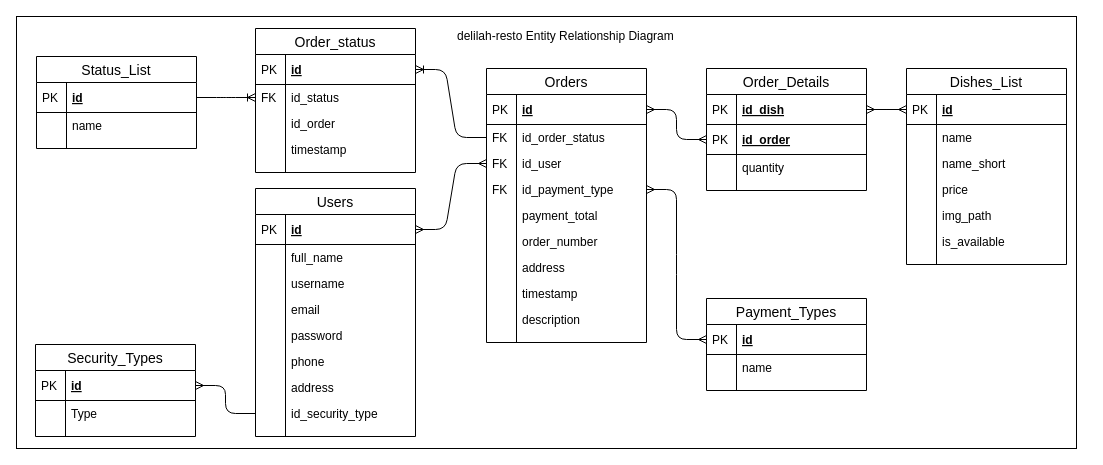
This is design/resources/delila-entity-relationship-diagraman.drawio from wgnr/delilah-resto, a draw.io file, before an edit. Source tidied: cells renumbered, new cells numbered last; positions are measured from the earlier drawing's top-left corner, leaving out a move shared by most shapes. Both pictures are drawn from the tidied source at 100%, with x=0, y=0 at pixel (16, 16).
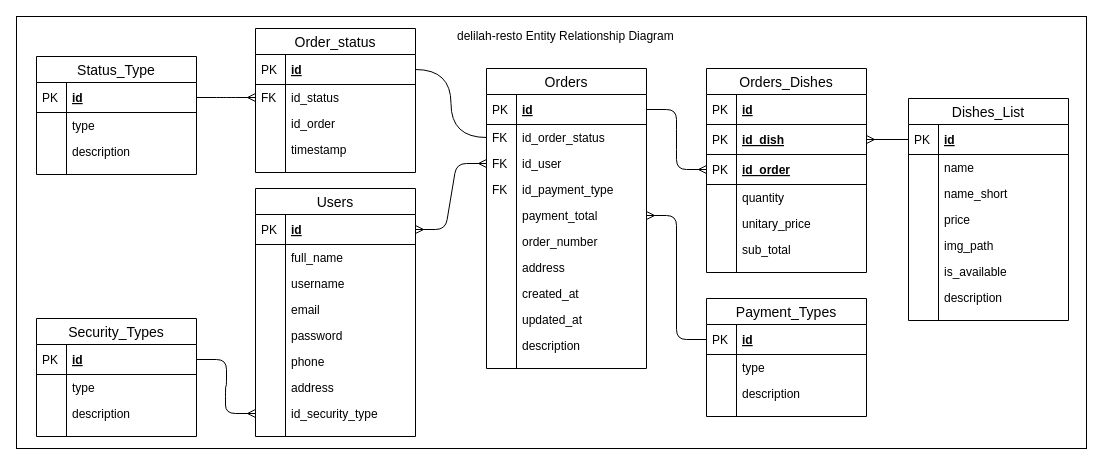
The same page after the edit.

The change refers to these unchanged cells:
```xml
<mxCell id="4" value="id" style="shape=partialRectangle;top=0;left=0;right=0;bottom=1;align=left;verticalAlign=middle;fillColor=none;spacingLeft=34;spacingRight=4;overflow=hidden;points=[[0,0.5],[1,0.5]];portConstraint=eastwest;fontStyle=5;fontSize=12;" parent="3" vertex="1">
  <mxGeometry y="26" width="160" height="30" as="geometry" />
</mxCell>
<mxCell id="6" value="id_order_status" style="shape=partialRectangle;top=0;left=0;right=0;bottom=0;align=left;verticalAlign=top;fillColor=none;spacingLeft=34;spacingRight=4;overflow=hidden;points=[[0,0.5],[1,0.5]];portConstraint=eastwest;fontSize=12;" parent="3" vertex="1">
  <mxGeometry y="56" width="160" height="26" as="geometry" />
</mxCell>
<mxCell id="10" value="id_payment_type" style="shape=partialRectangle;top=0;left=0;right=0;bottom=0;align=left;verticalAlign=top;fillColor=none;spacingLeft=34;spacingRight=4;overflow=hidden;points=[[0,0.5],[1,0.5]];portConstraint=eastwest;fontSize=12;" parent="3" vertex="1">
  <mxGeometry y="108" width="160" height="26" as="geometry" />
</mxCell>
<mxCell id="12" value="payment_total" style="shape=partialRectangle;top=0;left=0;right=0;bottom=0;align=left;verticalAlign=top;fillColor=none;spacingLeft=34;spacingRight=4;overflow=hidden;points=[[0,0.5],[1,0.5]];portConstraint=eastwest;fontSize=12;" parent="3" vertex="1">
  <mxGeometry y="134" width="160" height="26" as="geometry" />
</mxCell>
<mxCell id="31" value="id" style="shape=partialRectangle;top=0;left=0;right=0;bottom=1;align=left;verticalAlign=middle;fillColor=none;spacingLeft=34;spacingRight=4;overflow=hidden;points=[[0,0.5],[1,0.5]];portConstraint=eastwest;fontStyle=5;fontSize=12;" parent="30" vertex="1">
  <mxGeometry y="26" width="160" height="30" as="geometry" />
</mxCell>
<mxCell id="33" value="id_status" style="shape=partialRectangle;top=0;left=0;right=0;bottom=0;align=left;verticalAlign=top;fillColor=none;spacingLeft=34;spacingRight=4;overflow=hidden;points=[[0,0.5],[1,0.5]];portConstraint=eastwest;fontSize=12;" parent="30" vertex="1">
  <mxGeometry y="56" width="160" height="26" as="geometry" />
</mxCell>
<mxCell id="57" value="id_security_type" style="shape=partialRectangle;top=0;left=0;right=0;bottom=0;align=left;verticalAlign=top;fillColor=none;spacingLeft=34;spacingRight=4;overflow=hidden;points=[[0,0.5],[1,0.5]];portConstraint=eastwest;fontSize=12;" parent="42" vertex="1">
  <mxGeometry y="212" width="160" height="26" as="geometry" />
</mxCell>
<mxCell id="62" value="id" style="shape=partialRectangle;top=0;left=0;right=0;bottom=1;align=left;verticalAlign=middle;fillColor=none;spacingLeft=34;spacingRight=4;overflow=hidden;points=[[0,0.5],[1,0.5]];portConstraint=eastwest;fontStyle=5;fontSize=12;" parent="61" vertex="1">
  <mxGeometry y="26" width="160" height="30" as="geometry" />
</mxCell>
<mxCell id="70" value="id" style="shape=partialRectangle;top=0;left=0;right=0;bottom=1;align=left;verticalAlign=middle;fillColor=none;spacingLeft=34;spacingRight=4;overflow=hidden;points=[[0,0.5],[1,0.5]];portConstraint=eastwest;fontStyle=5;fontSize=12;" parent="69" vertex="1">
  <mxGeometry y="26" width="160" height="30" as="geometry" />
</mxCell>
<mxCell id="86" value="id" style="shape=partialRectangle;top=0;left=0;right=0;bottom=1;align=left;verticalAlign=middle;fillColor=none;spacingLeft=34;spacingRight=4;overflow=hidden;points=[[0,0.5],[1,0.5]];portConstraint=eastwest;fontStyle=5;fontSize=12;" parent="85" vertex="1">
  <mxGeometry y="26" width="160" height="30" as="geometry" />
</mxCell>
```

What changed in the source:
```diff
@@
     <mxCell id="2" style="rounded=0;whiteSpace=wrap;html=1;" parent="1" vertex="1">
-      <mxGeometry width="1060" height="432" as="geometry" />
+      <mxGeometry width="1070" height="432" as="geometry" />
     </mxCell>
     <mxCell id="3" value="Orders" style="swimlane;fontStyle=0;horizontal=1;startSize=26;align=center;fontSize=14;" parent="1" vertex="1">
-      <mxGeometry x="470" y="52" width="160" height="274" as="geometry" />
+      <mxGeometry x="470" y="52" width="160" height="300" as="geometry" />
     </mxCell>
@@
-    <mxCell id="18" value="timestamp" style="shape=partialRectangle;top=0;left=0;right=0;bottom=0;align=left;verticalAlign=top;fillColor=none;spacingLeft=34;spacingRight=4;overflow=hidden;fontSize=12;" parent="3" vertex="1">
+    <mxCell id="18" value="created_at" style="shape=partialRectangle;top=0;left=0;right=0;bottom=0;align=left;verticalAlign=top;fillColor=none;spacingLeft=34;spacingRight=4;overflow=hidden;fontSize=12;" parent="3" vertex="1">
       <mxGeometry y="212" width="160" height="26" as="geometry" />
     </mxCell>
@@
+    <mxCell id="107" value="updated_at" style="shape=partialRectangle;top=0;left=0;right=0;bottom=0;align=left;verticalAlign=top;fillColor=none;spacingLeft=34;spacingRight=4;overflow=hidden;fontSize=12;" parent="3" vertex="1">
+      <mxGeometry y="238" width="160" height="26" as="geometry" />
+    </mxCell>
+    <mxCell id="108" style="shape=partialRectangle;top=0;left=0;bottom=0;fillColor=none;align=left;verticalAlign=top;spacingLeft=4;spacingRight=4;overflow=hidden;fontSize=12;" parent="107" vertex="1">
+      <mxGeometry width="30" height="26" as="geometry" />
+    </mxCell>
     <mxCell id="20" value="description" style="shape=partialRectangle;top=0;left=0;right=0;bottom=0;align=left;verticalAlign=top;fillColor=none;spacingLeft=34;spacingRight=4;overflow=hidden;fontSize=12;" parent="3" vertex="1">
-      <mxGeometry y="238" width="160" height="26" as="geometry" />
+      <mxGeometry y="264" width="160" height="26" as="geometry" />
     </mxCell>
@@
     <mxCell id="22" style="shape=partialRectangle;top=0;left=0;right=0;bottom=0;align=left;verticalAlign=top;fillColor=none;spacingLeft=34;spacingRight=4;overflow=hidden;fontSize=12;" parent="3" vertex="1">
-      <mxGeometry y="264" width="160" height="10" as="geometry" />
+      <mxGeometry y="290" width="160" height="10" as="geometry" />
     </mxCell>
@@
-    <mxCell id="24" style="edgeStyle=entityRelationEdgeStyle;fontSize=12;html=1;endArrow=ERmany;startArrow=ERmany;" parent="1" edge="1" source="86" target="77">
-      <mxGeometry relative="1" as="geometry" />
-    </mxCell>
-    <mxCell id="25" style="edgeStyle=entityRelationEdgeStyle;fontSize=12;html=1;endArrow=ERoneToMany;" parent="1" edge="1" source="6" target="31">
-      <mxGeometry relative="1" as="geometry" />
-    </mxCell>
-    <mxCell id="26" style="edgeStyle=entityRelationEdgeStyle;fontSize=12;html=1;endArrow=ERmany;startArrow=ERmany;" parent="1" edge="1" source="10" target="70">
-      <mxGeometry relative="1" as="geometry" />
-    </mxCell>
@@
-    <mxCell id="29" style="edgeStyle=entityRelationEdgeStyle;fontSize=12;html=1;endArrow=ERmany;startArrow=ERmany;" parent="1" edge="1" source="79" target="4">
-      <mxGeometry relative="1" as="geometry" />
-    </mxCell>
@@
-    <mxCell id="41" style="edgeStyle=entityRelationEdgeStyle;fontSize=12;html=1;endArrow=ERoneToMany;" parent="1" edge="1" source="62" target="33">
-      <mxGeometry relative="1" as="geometry" />
-    </mxCell>
@@
-    <mxCell id="61" value="Status_List" style="swimlane;fontStyle=0;horizontal=1;startSize=26;align=center;fontSize=14;" parent="1" vertex="1">
-      <mxGeometry x="20" y="40" width="160" height="92" as="geometry" />
+    <mxCell id="61" value="Status_Type" style="swimlane;fontStyle=0;horizontal=1;startSize=26;align=center;fontSize=14;" parent="1" vertex="1">
+      <mxGeometry x="20" y="40" width="160" height="118" as="geometry" />
     </mxCell>
@@
-    <mxCell id="64" value="name" style="shape=partialRectangle;top=0;left=0;right=0;bottom=0;align=left;verticalAlign=top;fillColor=none;spacingLeft=34;spacingRight=4;overflow=hidden;fontSize=12;" parent="61" vertex="1">
+    <mxCell id="64" value="type" style="shape=partialRectangle;top=0;left=0;right=0;bottom=0;align=left;verticalAlign=top;fillColor=none;spacingLeft=34;spacingRight=4;overflow=hidden;fontSize=12;" parent="61" vertex="1">
       <mxGeometry y="56" width="160" height="26" as="geometry" />
     </mxCell>
@@
+    <mxCell id="109" value="description" style="shape=partialRectangle;top=0;left=0;right=0;bottom=0;align=left;verticalAlign=top;fillColor=none;spacingLeft=34;spacingRight=4;overflow=hidden;fontSize=12;" parent="61" vertex="1">
+      <mxGeometry y="82" width="160" height="26" as="geometry" />
+    </mxCell>
+    <mxCell id="110" style="shape=partialRectangle;top=0;left=0;bottom=0;fillColor=none;align=left;verticalAlign=top;spacingLeft=4;spacingRight=4;overflow=hidden;fontSize=12;" parent="109" vertex="1">
+      <mxGeometry width="30" height="26" as="geometry" />
+    </mxCell>
     <mxCell id="66" style="shape=partialRectangle;top=0;left=0;right=0;bottom=0;align=left;verticalAlign=top;fillColor=none;spacingLeft=34;spacingRight=4;overflow=hidden;fontSize=12;" parent="61" vertex="1">
-      <mxGeometry y="82" width="160" height="10" as="geometry" />
+      <mxGeometry y="108" width="160" height="10" as="geometry" />
     </mxCell>
@@
-    <mxCell id="68" style="edgeStyle=entityRelationEdgeStyle;fontSize=12;html=1;endArrow=ERmany;" parent="1" edge="1" source="57" target="101">
-      <mxGeometry relative="1" as="geometry" />
-    </mxCell>
     <mxCell id="69" value="Payment_Types" style="swimlane;fontStyle=0;horizontal=1;startSize=26;align=center;fontSize=14;" parent="1" vertex="1">
-      <mxGeometry x="690" y="282" width="160" height="92" as="geometry" />
+      <mxGeometry x="690" y="282" width="160" height="118" as="geometry" />
     </mxCell>
@@
-    <mxCell id="72" value="name" style="shape=partialRectangle;top=0;left=0;right=0;bottom=0;align=left;verticalAlign=top;fillColor=none;spacingLeft=34;spacingRight=4;overflow=hidden;fontSize=12;" parent="69" vertex="1">
+    <mxCell id="72" value="type" style="shape=partialRectangle;top=0;left=0;right=0;bottom=0;align=left;verticalAlign=top;fillColor=none;spacingLeft=34;spacingRight=4;overflow=hidden;fontSize=12;" parent="69" vertex="1">
       <mxGeometry y="56" width="160" height="26" as="geometry" />
     </mxCell>
@@
+    <mxCell id="111" value="description" style="shape=partialRectangle;top=0;left=0;right=0;bottom=0;align=left;verticalAlign=top;fillColor=none;spacingLeft=34;spacingRight=4;overflow=hidden;fontSize=12;" parent="69" vertex="1">
+      <mxGeometry y="82" width="160" height="26" as="geometry" />
+    </mxCell>
+    <mxCell id="112" style="shape=partialRectangle;top=0;left=0;bottom=0;fillColor=none;align=left;verticalAlign=top;spacingLeft=4;spacingRight=4;overflow=hidden;fontSize=12;" parent="111" vertex="1">
+      <mxGeometry width="30" height="26" as="geometry" />
+    </mxCell>
     <mxCell id="74" style="shape=partialRectangle;top=0;left=0;right=0;bottom=0;align=left;verticalAlign=top;fillColor=none;spacingLeft=34;spacingRight=4;overflow=hidden;fontSize=12;" parent="69" vertex="1">
-      <mxGeometry y="82" width="160" height="10" as="geometry" />
+      <mxGeometry y="108" width="160" height="10" as="geometry" />
     </mxCell>
@@
-    <mxCell id="76" value="Order_Details" style="swimlane;fontStyle=0;horizontal=1;startSize=26;align=center;fontSize=14;" parent="1" vertex="1">
-      <mxGeometry x="690" y="52" width="160" height="122" as="geometry" />
+    <mxCell id="76" value="Orders_Dishes" style="swimlane;fontStyle=0;horizontal=1;startSize=26;align=center;fontSize=14;" parent="1" vertex="1">
+      <mxGeometry x="690" y="52" width="160" height="204" as="geometry" />
     </mxCell>
+    <mxCell id="113" value="id" style="shape=partialRectangle;top=0;left=0;right=0;bottom=1;align=left;verticalAlign=middle;fillColor=none;spacingLeft=34;spacingRight=4;overflow=hidden;fontStyle=5;fontSize=12;" parent="76" vertex="1">
+      <mxGeometry y="26" width="160" height="30" as="geometry" />
+    </mxCell>
+    <mxCell id="114" value="PK" style="shape=partialRectangle;top=0;left=0;bottom=0;fillColor=none;align=left;verticalAlign=middle;spacingLeft=4;spacingRight=4;overflow=hidden;fontSize=12;" parent="113" vertex="1">
+      <mxGeometry width="30" height="30" as="geometry" />
+    </mxCell>
     <mxCell id="77" value="id_dish" style="shape=partialRectangle;top=0;left=0;right=0;bottom=1;align=left;verticalAlign=middle;fillColor=none;spacingLeft=34;spacingRight=4;overflow=hidden;points=[[0,0.5],[1,0.5]];portConstraint=eastwest;fontStyle=5;fontSize=12;" parent="76" vertex="1">
-      <mxGeometry y="26" width="160" height="30" as="geometry" />
+      <mxGeometry y="56" width="160" height="30" as="geometry" />
     </mxCell>
@@
     <mxCell id="79" value="id_order" style="shape=partialRectangle;top=0;left=0;right=0;bottom=1;align=left;verticalAlign=middle;fillColor=none;spacingLeft=34;spacingRight=4;overflow=hidden;points=[[0,0.5],[1,0.5]];portConstraint=eastwest;fontStyle=5;fontSize=12;" parent="76" vertex="1">
-      <mxGeometry y="56" width="160" height="30" as="geometry" />
+      <mxGeometry y="86" width="160" height="30" as="geometry" />
     </mxCell>
@@
     <mxCell id="81" value="quantity" style="shape=partialRectangle;top=0;left=0;right=0;bottom=0;align=left;verticalAlign=top;fillColor=none;spacingLeft=34;spacingRight=4;overflow=hidden;fontSize=12;" parent="76" vertex="1">
-      <mxGeometry y="86" width="160" height="26" as="geometry" />
+      <mxGeometry y="116" width="160" height="26" as="geometry" />
     </mxCell>
@@
+    <mxCell id="115" value="unitary_price" style="shape=partialRectangle;top=0;left=0;right=0;bottom=0;align=left;verticalAlign=top;fillColor=none;spacingLeft=34;spacingRight=4;overflow=hidden;fontSize=12;" parent="76" vertex="1">
+      <mxGeometry y="142" width="160" height="26" as="geometry" />
+    </mxCell>
+    <mxCell id="116" style="shape=partialRectangle;top=0;left=0;bottom=0;fillColor=none;align=left;verticalAlign=top;spacingLeft=4;spacingRight=4;overflow=hidden;fontSize=12;" parent="115" vertex="1">
+      <mxGeometry width="30" height="26" as="geometry" />
+    </mxCell>
+    <mxCell id="117" value="sub_total" style="shape=partialRectangle;top=0;left=0;right=0;bottom=0;align=left;verticalAlign=top;fillColor=none;spacingLeft=34;spacingRight=4;overflow=hidden;fontSize=12;" parent="76" vertex="1">
+      <mxGeometry y="168" width="160" height="26" as="geometry" />
+    </mxCell>
+    <mxCell id="118" style="shape=partialRectangle;top=0;left=0;bottom=0;fillColor=none;align=left;verticalAlign=top;spacingLeft=4;spacingRight=4;overflow=hidden;fontSize=12;" parent="117" vertex="1">
+      <mxGeometry width="30" height="26" as="geometry" />
+    </mxCell>
     <mxCell id="83" style="shape=partialRectangle;top=0;left=0;right=0;bottom=0;align=left;verticalAlign=top;fillColor=none;spacingLeft=34;spacingRight=4;overflow=hidden;fontSize=12;" parent="76" vertex="1">
-      <mxGeometry y="112" width="160" height="10" as="geometry" />
+      <mxGeometry y="194" width="160" height="10" as="geometry" />
     </mxCell>
@@
+    <mxCell id="41" style="edgeStyle=entityRelationEdgeStyle;fontSize=12;html=1;endArrow=ERmany;" parent="1" edge="1" source="62" target="33">
+      <mxGeometry relative="1" as="geometry" />
+    </mxCell>
+    <mxCell id="119" style="edgeStyle=entityRelationEdgeStyle;fontSize=12;html=1;endArrow=ERmany;" parent="1" edge="1" source="101" target="57">
+      <mxGeometry relative="1" as="geometry" />
+    </mxCell>
+    <mxCell id="120" style="endArrow=none;html=1;rounded=0;exitX=1;exitY=0.5;exitDx=0;exitDy=0;edgeStyle=orthogonalEdgeStyle;curved=1;" parent="1" edge="1" source="31" target="6">
+      <mxGeometry relative="1" as="geometry" />
+    </mxCell>
+    <mxCell id="24" style="edgeStyle=entityRelationEdgeStyle;fontSize=12;html=1;endArrow=ERmany;" parent="1" edge="1" source="86" target="77">
+      <mxGeometry relative="1" as="geometry" />
+    </mxCell>
+    <mxCell id="121" style="edgeStyle=entityRelationEdgeStyle;fontSize=12;html=1;endArrow=ERmany;" parent="1" edge="1" source="70" target="12">
+      <mxGeometry relative="1" as="geometry" />
+    </mxCell>
+    <mxCell id="122" style="edgeStyle=entityRelationEdgeStyle;fontSize=12;html=1;endArrow=ERmany;" parent="1" edge="1" source="4" target="79">
+      <mxGeometry relative="1" as="geometry" />
+    </mxCell>
+    <mxCell id="100" value="Security_Types" style="swimlane;fontStyle=0;horizontal=1;startSize=26;align=center;fontSize=14;" parent="1" vertex="1">
+      <mxGeometry x="20" y="302" width="160" height="118" as="geometry" />
+    </mxCell>
+    <mxCell id="101" value="id" style="shape=partialRectangle;top=0;left=0;right=0;bottom=1;align=left;verticalAlign=middle;fillColor=none;spacingLeft=34;spacingRight=4;overflow=hidden;points=[[0,0.5],[1,0.5]];portConstraint=eastwest;fontStyle=5;fontSize=12;" parent="100" vertex="1">
+      <mxGeometry y="26" width="160" height="30" as="geometry" />
+    </mxCell>
+    <mxCell id="102" value="PK" style="shape=partialRectangle;top=0;left=0;bottom=0;fillColor=none;align=left;verticalAlign=middle;spacingLeft=4;spacingRight=4;overflow=hidden;fontSize=12;" parent="101" vertex="1">
+      <mxGeometry width="30" height="30" as="geometry" />
+    </mxCell>
+    <mxCell id="103" value="type" style="shape=partialRectangle;top=0;left=0;right=0;bottom=0;align=left;verticalAlign=top;fillColor=none;spacingLeft=34;spacingRight=4;overflow=hidden;fontSize=12;" parent="100" vertex="1">
+      <mxGeometry y="56" width="160" height="26" as="geometry" />
+    </mxCell>
+    <mxCell id="104" style="shape=partialRectangle;top=0;left=0;bottom=0;fillColor=none;align=left;verticalAlign=top;spacingLeft=4;spacingRight=4;overflow=hidden;fontSize=12;" parent="103" vertex="1">
+      <mxGeometry width="30" height="26" as="geometry" />
+    </mxCell>
+    <mxCell id="123" value="description" style="shape=partialRectangle;top=0;left=0;right=0;bottom=0;align=left;verticalAlign=top;fillColor=none;spacingLeft=34;spacingRight=4;overflow=hidden;fontSize=12;" parent="100" vertex="1">
+      <mxGeometry y="82" width="160" height="26" as="geometry" />
+    </mxCell>
+    <mxCell id="124" style="shape=partialRectangle;top=0;left=0;bottom=0;fillColor=none;align=left;verticalAlign=top;spacingLeft=4;spacingRight=4;overflow=hidden;fontSize=12;" parent="123" vertex="1">
+      <mxGeometry width="30" height="26" as="geometry" />
+    </mxCell>
+    <mxCell id="105" style="shape=partialRectangle;top=0;left=0;right=0;bottom=0;align=left;verticalAlign=top;fillColor=none;spacingLeft=34;spacingRight=4;overflow=hidden;fontSize=12;" parent="100" vertex="1">
+      <mxGeometry y="108" width="160" height="10" as="geometry" />
+    </mxCell>
+    <mxCell id="106" style="shape=partialRectangle;top=0;left=0;bottom=0;fillColor=none;align=left;verticalAlign=top;spacingLeft=4;spacingRight=4;overflow=hidden;fontSize=12;" parent="105" vertex="1">
+      <mxGeometry width="30" height="10" as="geometry" />
+    </mxCell>
     <mxCell id="85" value="Dishes_List" style="swimlane;fontStyle=0;horizontal=1;startSize=26;align=center;fontSize=14;" parent="1" vertex="1">
-      <mxGeometry x="890" y="52" width="160" height="196" as="geometry" />
+      <mxGeometry x="892" y="82" width="160" height="222" as="geometry" />
     </mxCell>
@@
+    <mxCell id="125" value="description" style="shape=partialRectangle;top=0;left=0;right=0;bottom=0;align=left;verticalAlign=top;fillColor=none;spacingLeft=34;spacingRight=4;overflow=hidden;fontSize=12;" parent="85" vertex="1">
+      <mxGeometry y="186" width="160" height="26" as="geometry" />
+    </mxCell>
+    <mxCell id="126" style="shape=partialRectangle;top=0;left=0;bottom=0;fillColor=none;align=left;verticalAlign=top;spacingLeft=4;spacingRight=4;overflow=hidden;fontSize=12;" parent="125" vertex="1">
+      <mxGeometry width="30" height="26" as="geometry" />
+    </mxCell>
     <mxCell id="98" style="shape=partialRectangle;top=0;left=0;right=0;bottom=0;align=left;verticalAlign=top;fillColor=none;spacingLeft=34;spacingRight=4;overflow=hidden;fontSize=12;" parent="85" vertex="1">
-      <mxGeometry y="186" width="160" height="10" as="geometry" />
+      <mxGeometry y="212" width="160" height="10" as="geometry" />
     </mxCell>
@@
-    <mxCell id="100" value="Security_Types" style="swimlane;fontStyle=0;horizontal=1;startSize=26;align=center;fontSize=14;" parent="1" vertex="1">
-      <mxGeometry x="19" y="328" width="160" height="92" as="geometry" />
-    </mxCell>
-    <mxCell id="101" value="id" style="shape=partialRectangle;top=0;left=0;right=0;bottom=1;align=left;verticalAlign=middle;fillColor=none;spacingLeft=34;spacingRight=4;overflow=hidden;points=[[0,0.5],[1,0.5]];portConstraint=eastwest;fontStyle=5;fontSize=12;" parent="100" vertex="1">
-      <mxGeometry y="26" width="160" height="30" as="geometry" />
-    </mxCell>
-    <mxCell id="102" value="PK" style="shape=partialRectangle;top=0;left=0;bottom=0;fillColor=none;align=left;verticalAlign=middle;spacingLeft=4;spacingRight=4;overflow=hidden;fontSize=12;" parent="101" vertex="1">
-      <mxGeometry width="30" height="30" as="geometry" />
-    </mxCell>
-    <mxCell id="103" value="Type" style="shape=partialRectangle;top=0;left=0;right=0;bottom=0;align=left;verticalAlign=top;fillColor=none;spacingLeft=34;spacingRight=4;overflow=hidden;fontSize=12;" parent="100" vertex="1">
-      <mxGeometry y="56" width="160" height="26" as="geometry" />
-    </mxCell>
-    <mxCell id="104" style="shape=partialRectangle;top=0;left=0;bottom=0;fillColor=none;align=left;verticalAlign=top;spacingLeft=4;spacingRight=4;overflow=hidden;fontSize=12;" parent="103" vertex="1">
-      <mxGeometry width="30" height="26" as="geometry" />
-    </mxCell>
-    <mxCell id="105" style="shape=partialRectangle;top=0;left=0;right=0;bottom=0;align=left;verticalAlign=top;fillColor=none;spacingLeft=34;spacingRight=4;overflow=hidden;fontSize=12;" parent="100" vertex="1">
-      <mxGeometry y="82" width="160" height="10" as="geometry" />
-    </mxCell>
-    <mxCell id="106" style="shape=partialRectangle;top=0;left=0;bottom=0;fillColor=none;align=left;verticalAlign=top;spacingLeft=4;spacingRight=4;overflow=hidden;fontSize=12;" parent="105" vertex="1">
-      <mxGeometry width="30" height="10" as="geometry" />
-    </mxCell>
```
